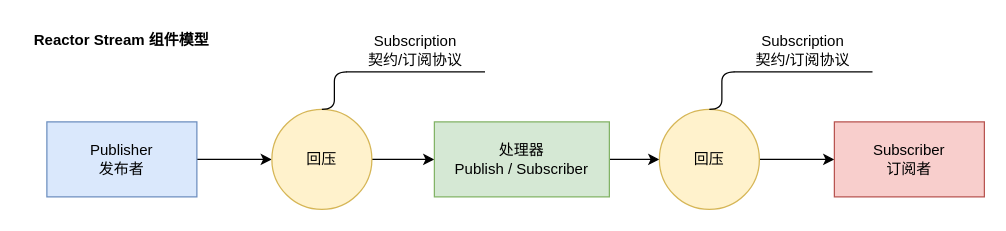
The draw.io diagram reactor/reactor-model.drawio in thebesteric/draw.io, before the edit. Source tidied: cells renumbered, new cells numbered last; positions are measured from the earlier drawing's top-left corner, leaving out a move shared by most shapes. Both pictures are drawn from the tidied source at 125%, with x=0, y=0 at pixel (21, 21).
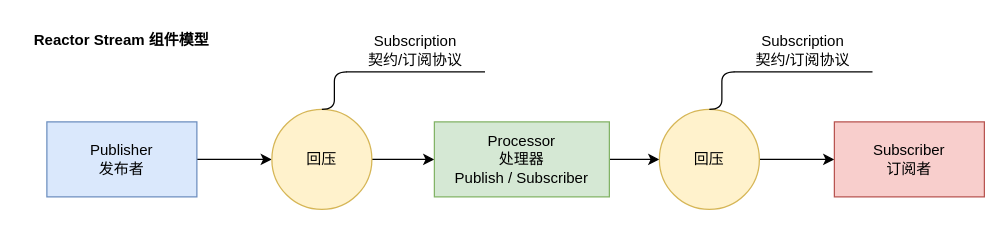
Above is the later version.

The edit, as a diff of the source:
```diff
@@
 <mxGraphModel>
   <root>
     <mxCell id="0" />
     <mxCell id="1" parent="0" />
     <mxCell id="2" style="edgeStyle=orthogonalEdgeStyle;rounded=0;jettySize=auto;html=1;exitX=1;exitY=0.5;exitDx=0;exitDy=0;entryX=0;entryY=0.5;entryDx=0;entryDy=0;" parent="1" edge="1" source="3" target="5">
       <mxGeometry relative="1" as="geometry" />
     </mxCell>
     <mxCell id="3" value="Publisher&lt;br&gt;发布者" style="rounded=0;whiteSpace=wrap;html=1;fillColor=#dae8fc;strokeColor=#6c8ebf;" parent="1" vertex="1">
       <mxGeometry x="20" y="80" width="120" height="60" as="geometry" />
     </mxCell>
     <mxCell id="4" style="edgeStyle=orthogonalEdgeStyle;rounded=0;jettySize=auto;html=1;" parent="1" edge="1" source="5" target="7">
       <mxGeometry relative="1" as="geometry" />
     </mxCell>
     <mxCell id="5" value="回压" style="ellipse;whiteSpace=wrap;html=1;fillColor=#fff2cc;strokeColor=#d6b656;" parent="1" vertex="1">
       <mxGeometry x="200" y="70" width="80" height="80" as="geometry" />
     </mxCell>
     <mxCell id="6" style="edgeStyle=orthogonalEdgeStyle;rounded=0;jettySize=auto;html=1;exitX=1;exitY=0.5;exitDx=0;exitDy=0;entryX=0;entryY=0.5;entryDx=0;entryDy=0;" parent="1" edge="1" source="7" target="9">
       <mxGeometry relative="1" as="geometry" />
     </mxCell>
-    <mxCell id="7" value="处理器&lt;br&gt;Publish / Subscriber" style="whiteSpace=wrap;html=1;fillColor=#d5e8d4;strokeColor=#82b366;" parent="1" vertex="1">
+    <mxCell id="7" value="Processor&lt;br&gt;处理器&lt;br&gt;Publish / Subscriber" style="whiteSpace=wrap;html=1;fillColor=#d5e8d4;strokeColor=#82b366;" parent="1" vertex="1">
       <mxGeometry x="330" y="80" width="140" height="60" as="geometry" />
     </mxCell>
     <mxCell id="8" style="edgeStyle=orthogonalEdgeStyle;rounded=0;jettySize=auto;html=1;entryX=0;entryY=0.5;entryDx=0;entryDy=0;" parent="1" edge="1" source="9" target="10">
       <mxGeometry relative="1" as="geometry" />
     </mxCell>
     <mxCell id="9" value="回压" style="ellipse;whiteSpace=wrap;html=1;fillColor=#fff2cc;strokeColor=#d6b656;" parent="1" vertex="1">
       <mxGeometry x="510" y="70" width="80" height="80" as="geometry" />
     </mxCell>
     <mxCell id="10" value="Subscriber&lt;br&gt;订阅者" style="rounded=0;whiteSpace=wrap;html=1;fillColor=#f8cecc;strokeColor=#b85450;" parent="1" vertex="1">
       <mxGeometry x="650" y="80" width="120" height="60" as="geometry" />
     </mxCell>
     <mxCell id="11" value="Subscription&lt;br&gt;契约/订阅协议" style="whiteSpace=wrap;html=1;shape=partialRectangle;top=0;left=0;bottom=1;right=0;points=[[0,1],[1,1]];fillColor=none;align=center;verticalAlign=bottom;routingCenterY=0.5;snapToPoint=1;newEdgeStyle={&quot;edgeStyle&quot;:&quot;entityRelationEdgeStyle&quot;,&quot;startArrow&quot;:&quot;none&quot;,&quot;endArrow&quot;:&quot;none&quot;,&quot;segment&quot;:10,&quot;curved&quot;:1};fontColor=#000000;" parent="1" vertex="1">
       <mxGeometry x="260" y="10" width="110" height="30" as="geometry" />
     </mxCell>
     <mxCell id="12" style="edgeStyle=entityRelationEdgeStyle;startArrow=none;endArrow=none;segment=10;curved=1;rounded=0;fontColor=#000000;exitX=0.5;exitY=0;exitDx=0;exitDy=0;" parent="1" edge="1" source="5" target="11">
       <mxGeometry relative="1" as="geometry" />
     </mxCell>
     <mxCell id="13" value="Subscription&lt;br&gt;契约/订阅协议" style="whiteSpace=wrap;html=1;shape=partialRectangle;top=0;left=0;bottom=1;right=0;points=[[0,1],[1,1]];fillColor=none;align=center;verticalAlign=bottom;routingCenterY=0.5;snapToPoint=1;newEdgeStyle={&quot;edgeStyle&quot;:&quot;entityRelationEdgeStyle&quot;,&quot;startArrow&quot;:&quot;none&quot;,&quot;endArrow&quot;:&quot;none&quot;,&quot;segment&quot;:10,&quot;curved&quot;:1};fontColor=#000000;" parent="1" vertex="1">
       <mxGeometry x="570" y="10" width="110" height="30" as="geometry" />
     </mxCell>
     <mxCell id="14" style="edgeStyle=entityRelationEdgeStyle;startArrow=none;endArrow=none;segment=10;curved=1;rounded=0;fontColor=#000000;exitX=0.5;exitY=0;exitDx=0;exitDy=0;" parent="1" edge="1" source="9" target="13">
       <mxGeometry relative="1" as="geometry" />
     </mxCell>
     <mxCell id="15" value="Reactor Stream 组件模型" style="text;html=1;strokeColor=none;fillColor=none;align=center;verticalAlign=middle;whiteSpace=wrap;rounded=0;fontStyle=1;" parent="1" vertex="1">
       <mxGeometry width="160" height="30" as="geometry" />
     </mxCell>
   </root>
 </mxGraphModel>
```
